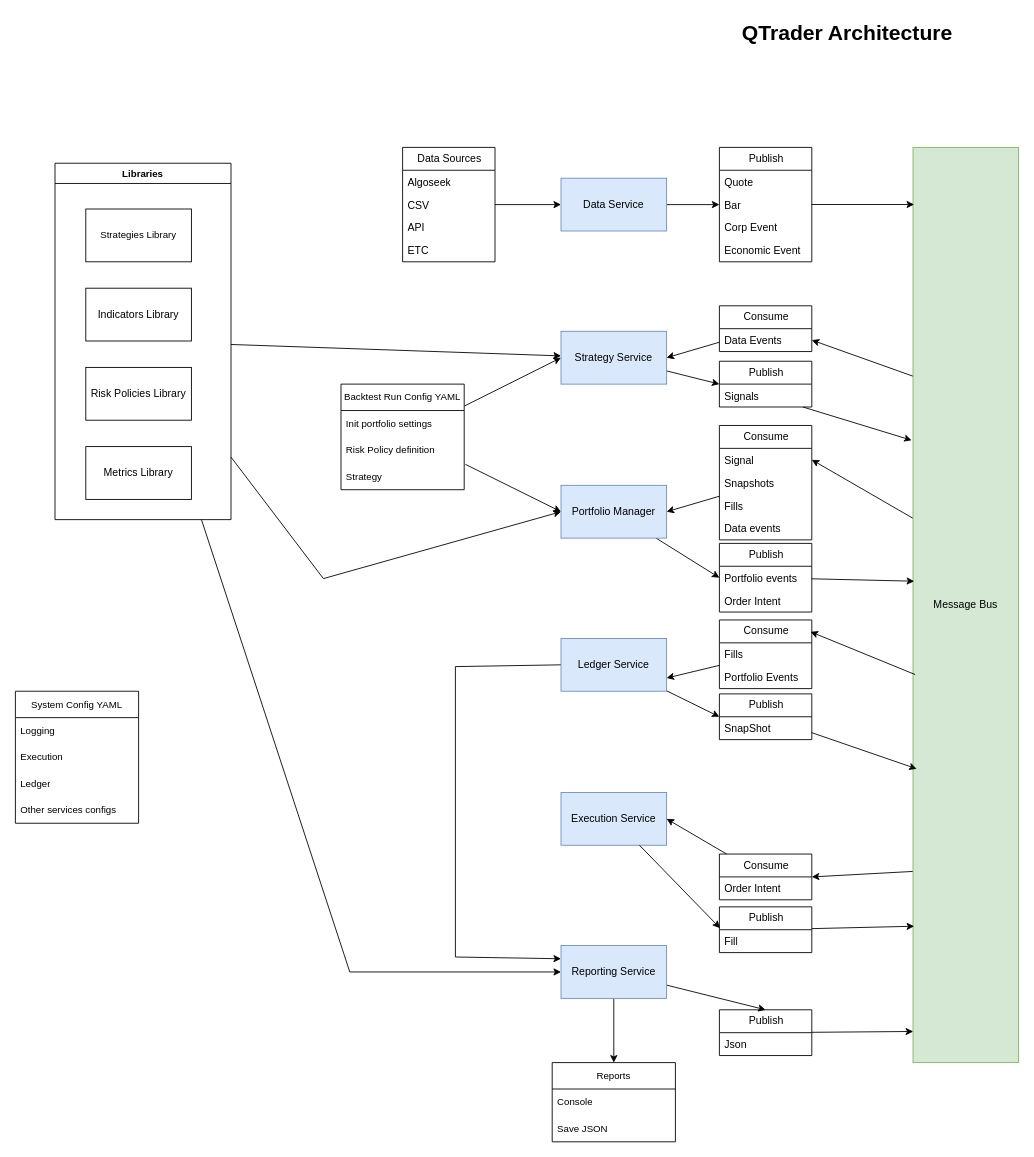
Before: docs/diagrams/my_view.drawio in QtraderApp/QTrader, a draw.io diagram. Source tidied: cells renumbered, new cells numbered last; positions are measured from the earlier drawing's top-left corner, leaving out a move shared by most shapes. Both pictures are drawn from the tidied source at 88%, with x=0, y=0 at pixel (15, 15).
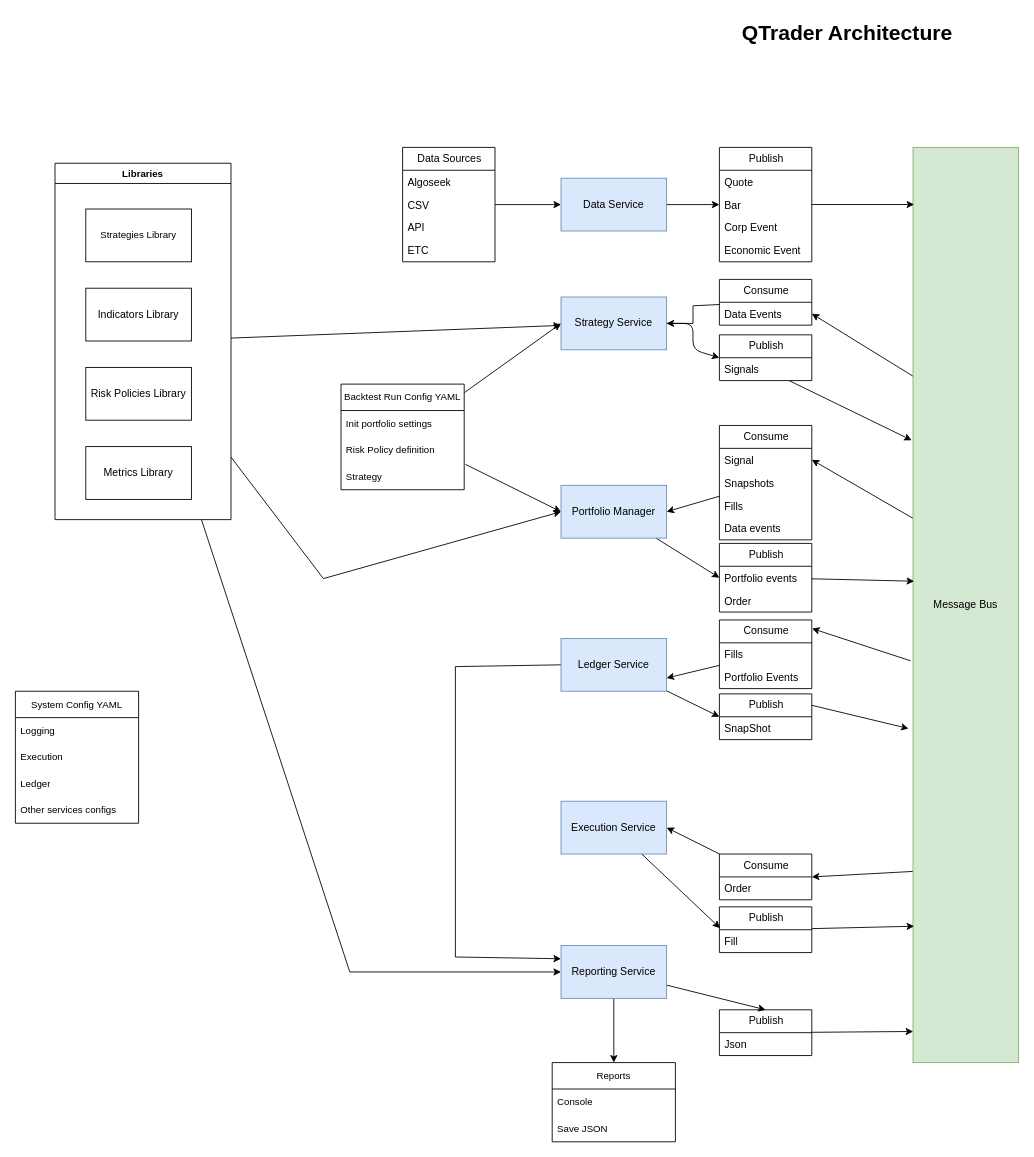
Above is the later version.

Commit message:
docs(diagrams): adjust component positioning in system view

Minor adjustments to component positions in system architecture
diagram for better visual clarity and alignment.

Changes:
- Adjust Strategy Service vertical position
- Adjust Execution Service vertical position
- Update connection routing between components
- Improve visual flow and readability

No functional or architectural changes - purely cosmetic positioning
adjustments in the diagram.

The change refers to these unchanged cells:
```xml
<mxCell id="7" value="Message Bus" style="rounded=0;whiteSpace=wrap;html=1;fillColor=#d5e8d4;strokeColor=#82b366;" parent="1" vertex="1">
  <mxGeometry x="1020" y="150" width="120" height="1040" as="geometry" />
</mxCell>
<mxCell id="41" value="Publish" style="swimlane;fontStyle=0;horizontal=1;startSize=26;fillColor=none;html=1;" parent="1" vertex="1">
  <mxGeometry x="800" y="600" width="105" height="78" as="geometry" />
</mxCell>
<mxCell id="45" value="Consume" style="swimlane;fontStyle=0;horizontal=1;startSize=26;fillColor=none;html=1;" parent="1" vertex="1">
  <mxGeometry x="800" y="953" width="105" height="52" as="geometry" />
</mxCell>
<mxCell id="50" value="Consume" style="swimlane;fontStyle=0;horizontal=1;startSize=26;fillColor=none;html=1;" parent="1" vertex="1">
  <mxGeometry x="800" y="687" width="105" height="78" as="geometry" />
</mxCell>
<mxCell id="53" value="Publish" style="swimlane;fontStyle=0;horizontal=1;startSize=26;fillColor=none;html=1;" parent="1" vertex="1">
  <mxGeometry x="800" y="771" width="105" height="52" as="geometry" />
</mxCell>
```

Change to the diagram source:
```diff
@@
     <mxCell id="26" value="Execution Service" style="rounded=0;whiteSpace=wrap;html=1;fillColor=#dae8fc;strokeColor=#6c8ebf;" parent="1" vertex="1">
-      <mxGeometry x="620" y="883" width="120" height="60" as="geometry" />
+      <mxGeometry x="620" y="893" width="120" height="60" as="geometry" />
     </mxCell>
     <mxCell id="27" style="edgeStyle=none;html=1;entryX=0;entryY=0.5;entryDx=0;entryDy=0;" parent="1" edge="1" source="28" target="30">
-      <mxGeometry relative="1" as="geometry" />
+      <mxGeometry relative="1" as="geometry">
+        <Array as="points">
+          <mxPoint x="770" y="350" />
+          <mxPoint x="770" y="380" />
+        </Array>
+      </mxGeometry>
     </mxCell>
     <mxCell id="28" value="Strategy Service" style="rounded=0;whiteSpace=wrap;html=1;fillColor=#dae8fc;strokeColor=#6c8ebf;" parent="1" vertex="1">
-      <mxGeometry x="620" y="359" width="120" height="60" as="geometry" />
+      <mxGeometry x="620" y="320" width="120" height="60" as="geometry" />
     </mxCell>
@@
     <mxCell id="30" value="Publish" style="swimlane;fontStyle=0;horizontal=1;startSize=26;fillColor=none;html=1;" parent="1" vertex="1">
-      <mxGeometry x="800" y="393" width="105" height="52" as="geometry" />
+      <mxGeometry x="800" y="363" width="105" height="52" as="geometry" />
     </mxCell>
@@
     <mxCell id="32" style="edgeStyle=none;shape=connector;curved=0;rounded=0;html=1;entryX=1;entryY=0.5;entryDx=0;entryDy=0;strokeColor=default;align=center;verticalAlign=middle;fontFamily=Helvetica;fontSize=11;fontColor=default;labelBackgroundColor=default;endArrow=classic;flowAnimation=0;" parent="1" edge="1" source="33" target="28">
-      <mxGeometry relative="1" as="geometry" />
+      <mxGeometry relative="1" as="geometry">
+        <Array as="points">
+          <mxPoint x="770" y="330" />
+          <mxPoint x="770" y="350" />
+        </Array>
+      </mxGeometry>
     </mxCell>
     <mxCell id="33" value="Consume" style="swimlane;fontStyle=0;horizontal=1;startSize=26;fillColor=none;html=1;" parent="1" vertex="1">
-      <mxGeometry x="800" y="330" width="105" height="52" as="geometry" />
+      <mxGeometry x="800" y="300" width="105" height="52" as="geometry" />
     </mxCell>
@@
-    <mxCell id="43" value="&lt;span style=&quot;color: rgb(0, 0, 0);&quot;&gt;Order Intent&lt;/span&gt;" style="text;strokeColor=none;fillColor=none;align=left;verticalAlign=top;spacingLeft=4;spacingRight=4;overflow=hidden;whiteSpace=wrap;html=1;" parent="41" vertex="1">
+    <mxCell id="43" value="&lt;span style=&quot;color: rgb(0, 0, 0);&quot;&gt;Order&lt;/span&gt;" style="text;strokeColor=none;fillColor=none;align=left;verticalAlign=top;spacingLeft=4;spacingRight=4;overflow=hidden;whiteSpace=wrap;html=1;" parent="41" vertex="1">
       <mxGeometry y="52" width="105" height="26" as="geometry" />
     </mxCell>
@@
-    <mxCell id="46" value="Order Intent" style="text;strokeColor=none;fillColor=none;align=left;verticalAlign=top;spacingLeft=4;spacingRight=4;overflow=hidden;whiteSpace=wrap;html=1;" parent="45" vertex="1">
+    <mxCell id="46" value="Order" style="text;strokeColor=none;fillColor=none;align=left;verticalAlign=top;spacingLeft=4;spacingRight=4;overflow=hidden;whiteSpace=wrap;html=1;" parent="45" vertex="1">
       <mxGeometry y="26" width="105" height="26" as="geometry" />
     </mxCell>
@@
-    <mxCell id="62" style="edgeStyle=none;shape=connector;curved=0;rounded=0;html=1;entryX=0.035;entryY=0.679;entryDx=0;entryDy=0;entryPerimeter=0;strokeColor=default;align=center;verticalAlign=middle;fontFamily=Helvetica;fontSize=11;fontColor=default;labelBackgroundColor=default;endArrow=classic;flowAnimation=0;" parent="1" edge="1" source="53" target="7">
+    <mxCell id="62" style="edgeStyle=none;shape=connector;curved=0;rounded=0;html=1;entryX=-0.042;entryY=0.635;entryDx=0;entryDy=0;entryPerimeter=0;strokeColor=default;align=center;verticalAlign=middle;fontFamily=Helvetica;fontSize=11;fontColor=default;labelBackgroundColor=default;endArrow=classic;flowAnimation=0;exitX=1;exitY=0.25;exitDx=0;exitDy=0;" parent="1" edge="1" source="53" target="7">
       <mxGeometry relative="1" as="geometry" />
     </mxCell>
@@
-    <mxCell id="64" style="edgeStyle=none;shape=connector;curved=0;rounded=0;html=1;entryX=0.986;entryY=0.172;entryDx=0;entryDy=0;entryPerimeter=0;strokeColor=default;align=center;verticalAlign=middle;fontFamily=Helvetica;fontSize=11;fontColor=default;labelBackgroundColor=default;endArrow=classic;flowAnimation=0;exitX=0.02;exitY=0.576;exitDx=0;exitDy=0;exitPerimeter=0;" parent="1" edge="1" source="7" target="50">
+    <mxCell id="64" style="edgeStyle=none;shape=connector;curved=0;rounded=0;html=1;entryX=1.003;entryY=0.125;entryDx=0;entryDy=0;entryPerimeter=0;strokeColor=default;align=center;verticalAlign=middle;fontFamily=Helvetica;fontSize=11;fontColor=default;labelBackgroundColor=default;endArrow=classic;flowAnimation=0;exitX=-0.023;exitY=0.561;exitDx=0;exitDy=0;exitPerimeter=0;" parent="1" edge="1" source="7" target="50">
       <mxGeometry relative="1" as="geometry" />
     </mxCell>
```
